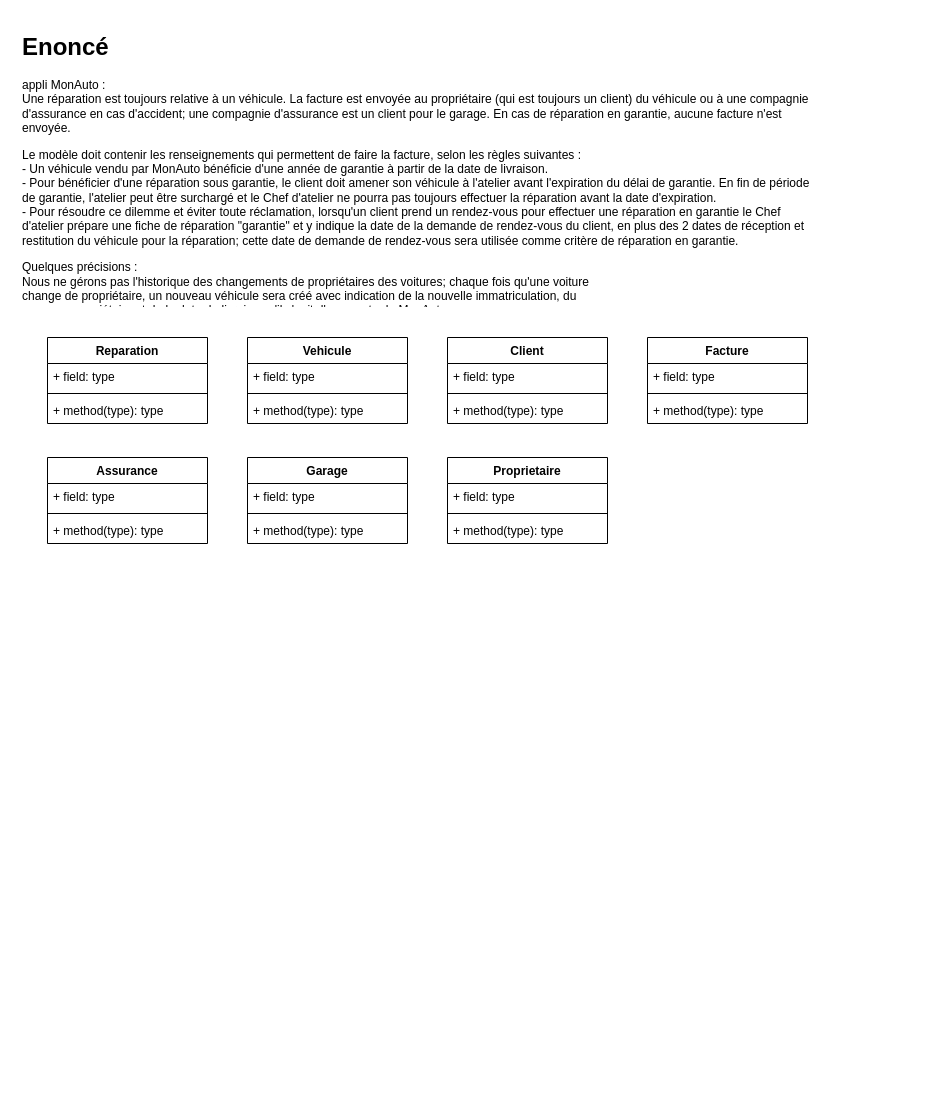
valentin-cochin/cda-uml-exos keeps this draw.io diagram as exo12.drawio. Above is the earlier version. Source tidied: cells renumbered, new cells numbered last; positions are measured from the earlier drawing's top-left corner, leaving out a move shared by most shapes. Both pictures are drawn from the tidied source at 100%, with x=0, y=0 at pixel (17, 27).
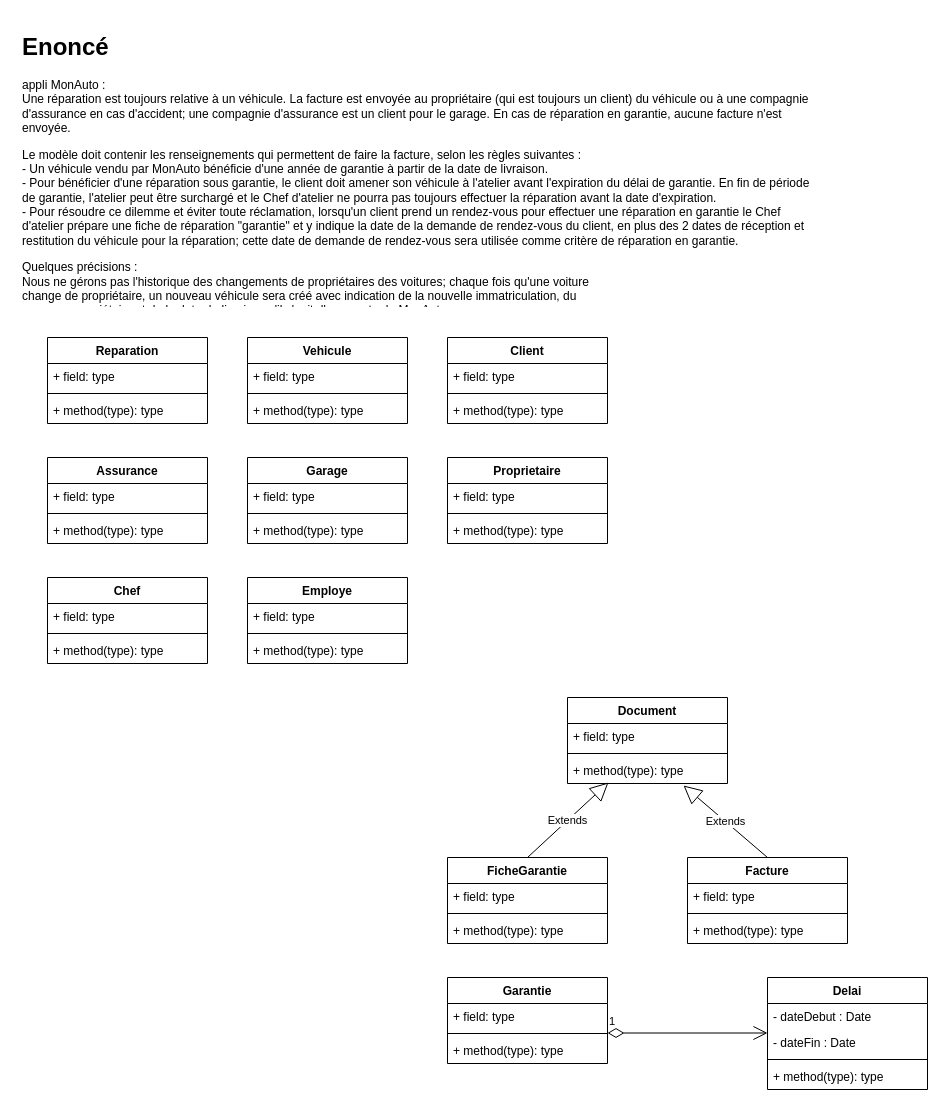
After the change.

Diff of the diagram source:
```diff
@@
     <mxCell id="27" value="Facture" style="swimlane;fontStyle=1;align=center;verticalAlign=top;horizontal=1;startSize=26;" parent="1" vertex="1">
-      <mxGeometry x="630" y="310" width="160" height="86" as="geometry" />
+      <mxGeometry x="670" y="830" width="160" height="86" as="geometry" />
     </mxCell>
@@
+    <mxCell id="31" value="FicheGarantie" style="swimlane;fontStyle=1;align=center;verticalAlign=top;horizontal=1;startSize=26;" parent="1" vertex="1">
+      <mxGeometry x="430" y="830" width="160" height="86" as="geometry" />
+    </mxCell>
+    <mxCell id="32" value="+ field: type" style="text;strokeColor=none;fillColor=none;align=left;verticalAlign=top;spacingLeft=4;spacingRight=4;overflow=hidden;" parent="31" vertex="1">
+      <mxGeometry y="26" width="160" height="26" as="geometry" />
+    </mxCell>
+    <mxCell id="33" style="line;strokeWidth=1;fillColor=none;align=left;verticalAlign=middle;spacingTop=-1;spacingLeft=3;spacingRight=3;labelPosition=right;" parent="31" vertex="1">
+      <mxGeometry y="52" width="160" height="8" as="geometry" />
+    </mxCell>
+    <mxCell id="34" value="+ method(type): type" style="text;strokeColor=none;fillColor=none;align=left;verticalAlign=top;spacingLeft=4;spacingRight=4;overflow=hidden;" parent="31" vertex="1">
+      <mxGeometry y="60" width="160" height="26" as="geometry" />
+    </mxCell>
+    <mxCell id="35" value="Document" style="swimlane;fontStyle=1;align=center;verticalAlign=top;horizontal=1;startSize=26;" parent="1" vertex="1">
+      <mxGeometry x="550" y="670" width="160" height="86" as="geometry" />
+    </mxCell>
+    <mxCell id="36" value="+ field: type" style="text;strokeColor=none;fillColor=none;align=left;verticalAlign=top;spacingLeft=4;spacingRight=4;overflow=hidden;" parent="35" vertex="1">
+      <mxGeometry y="26" width="160" height="26" as="geometry" />
+    </mxCell>
+    <mxCell id="37" style="line;strokeWidth=1;fillColor=none;align=left;verticalAlign=middle;spacingTop=-1;spacingLeft=3;spacingRight=3;labelPosition=right;" parent="35" vertex="1">
+      <mxGeometry y="52" width="160" height="8" as="geometry" />
+    </mxCell>
+    <mxCell id="38" value="+ method(type): type" style="text;strokeColor=none;fillColor=none;align=left;verticalAlign=top;spacingLeft=4;spacingRight=4;overflow=hidden;points=[[0,0.5],[1,0.5]];portConstraint=eastwest;" parent="35" vertex="1">
+      <mxGeometry y="60" width="160" height="26" as="geometry" />
+    </mxCell>
+    <mxCell id="39" value="Delai" style="swimlane;fontStyle=1;align=center;verticalAlign=top;horizontal=1;startSize=26;" parent="1" vertex="1">
+      <mxGeometry x="750" y="950" width="160" height="112" as="geometry" />
+    </mxCell>
+    <mxCell id="40" value="- dateDebut : Date" style="text;strokeColor=none;fillColor=none;align=left;verticalAlign=top;spacingLeft=4;spacingRight=4;overflow=hidden;" parent="39" vertex="1">
+      <mxGeometry y="26" width="160" height="26" as="geometry" />
+    </mxCell>
+    <mxCell id="41" value="- dateFin : Date" style="text;strokeColor=none;fillColor=none;align=left;verticalAlign=top;spacingLeft=4;spacingRight=4;overflow=hidden;" parent="39" vertex="1">
+      <mxGeometry y="52" width="160" height="26" as="geometry" />
+    </mxCell>
+    <mxCell id="42" style="line;strokeWidth=1;fillColor=none;align=left;verticalAlign=middle;spacingTop=-1;spacingLeft=3;spacingRight=3;labelPosition=right;" parent="39" vertex="1">
+      <mxGeometry y="78" width="160" height="8" as="geometry" />
+    </mxCell>
+    <mxCell id="43" value="+ method(type): type" style="text;strokeColor=none;fillColor=none;align=left;verticalAlign=top;spacingLeft=4;spacingRight=4;overflow=hidden;" parent="39" vertex="1">
+      <mxGeometry y="86" width="160" height="26" as="geometry" />
+    </mxCell>
+    <mxCell id="44" value="Chef" style="swimlane;fontStyle=1;align=center;verticalAlign=top;horizontal=1;startSize=26;" parent="1" vertex="1">
+      <mxGeometry x="30" y="550" width="160" height="86" as="geometry" />
+    </mxCell>
+    <mxCell id="45" value="+ field: type" style="text;strokeColor=none;fillColor=none;align=left;verticalAlign=top;spacingLeft=4;spacingRight=4;overflow=hidden;" parent="44" vertex="1">
+      <mxGeometry y="26" width="160" height="26" as="geometry" />
+    </mxCell>
+    <mxCell id="46" style="line;strokeWidth=1;fillColor=none;align=left;verticalAlign=middle;spacingTop=-1;spacingLeft=3;spacingRight=3;labelPosition=right;" parent="44" vertex="1">
+      <mxGeometry y="52" width="160" height="8" as="geometry" />
+    </mxCell>
+    <mxCell id="47" value="+ method(type): type" style="text;strokeColor=none;fillColor=none;align=left;verticalAlign=top;spacingLeft=4;spacingRight=4;overflow=hidden;" parent="44" vertex="1">
+      <mxGeometry y="60" width="160" height="26" as="geometry" />
+    </mxCell>
+    <mxCell id="48" value="Employe" style="swimlane;fontStyle=1;align=center;verticalAlign=top;horizontal=1;startSize=26;" parent="1" vertex="1">
+      <mxGeometry x="230" y="550" width="160" height="86" as="geometry" />
+    </mxCell>
+    <mxCell id="49" value="+ field: type" style="text;strokeColor=none;fillColor=none;align=left;verticalAlign=top;spacingLeft=4;spacingRight=4;overflow=hidden;" parent="48" vertex="1">
+      <mxGeometry y="26" width="160" height="26" as="geometry" />
+    </mxCell>
+    <mxCell id="50" style="line;strokeWidth=1;fillColor=none;align=left;verticalAlign=middle;spacingTop=-1;spacingLeft=3;spacingRight=3;labelPosition=right;" parent="48" vertex="1">
+      <mxGeometry y="52" width="160" height="8" as="geometry" />
+    </mxCell>
+    <mxCell id="51" value="+ method(type): type" style="text;strokeColor=none;fillColor=none;align=left;verticalAlign=top;spacingLeft=4;spacingRight=4;overflow=hidden;" parent="48" vertex="1">
+      <mxGeometry y="60" width="160" height="26" as="geometry" />
+    </mxCell>
+    <mxCell id="52" value="Extends" style="endArrow=block;endSize=16;endFill=0;html=1;exitX=0.5;exitY=0;exitDx=0;exitDy=0;entryX=0.256;entryY=0.962;entryDx=0;entryDy=0;entryPerimeter=0;" parent="1" edge="1" source="31" target="38">
+      <mxGeometry relative="1" as="geometry" />
+    </mxCell>
+    <mxCell id="53" value="Extends" style="endArrow=block;endSize=16;endFill=0;html=1;exitX=0.5;exitY=0;exitDx=0;exitDy=0;" parent="1" edge="1" source="27">
+      <mxGeometry relative="1" as="geometry">
+        <mxPoint x="666" y="758" as="targetPoint" />
+      </mxGeometry>
+    </mxCell>
+    <mxCell id="54" value="Garantie" style="swimlane;fontStyle=1;align=center;verticalAlign=top;horizontal=1;startSize=26;" parent="1" vertex="1">
+      <mxGeometry x="430" y="950" width="160" height="86" as="geometry" />
+    </mxCell>
+    <mxCell id="55" value="+ field: type" style="text;strokeColor=none;fillColor=none;align=left;verticalAlign=top;spacingLeft=4;spacingRight=4;overflow=hidden;" parent="54" vertex="1">
+      <mxGeometry y="26" width="160" height="26" as="geometry" />
+    </mxCell>
+    <mxCell id="56" style="line;strokeWidth=1;fillColor=none;align=left;verticalAlign=middle;spacingTop=-1;spacingLeft=3;spacingRight=3;labelPosition=right;" parent="54" vertex="1">
+      <mxGeometry y="52" width="160" height="8" as="geometry" />
+    </mxCell>
+    <mxCell id="57" value="+ method(type): type" style="text;strokeColor=none;fillColor=none;align=left;verticalAlign=top;spacingLeft=4;spacingRight=4;overflow=hidden;" parent="54" vertex="1">
+      <mxGeometry y="60" width="160" height="26" as="geometry" />
+    </mxCell>
+    <mxCell id="58" value="1" style="endArrow=open;html=1;endSize=12;startArrow=diamondThin;startSize=14;startFill=0;edgeStyle=orthogonalEdgeStyle;align=left;verticalAlign=bottom;" parent="1" edge="1">
+      <mxGeometry x="-1" y="3" relative="1" as="geometry">
+        <mxPoint x="590" y="1005.5" as="sourcePoint" />
+        <mxPoint x="750" y="1005.5" as="targetPoint" />
+      </mxGeometry>
+    </mxCell>
```
